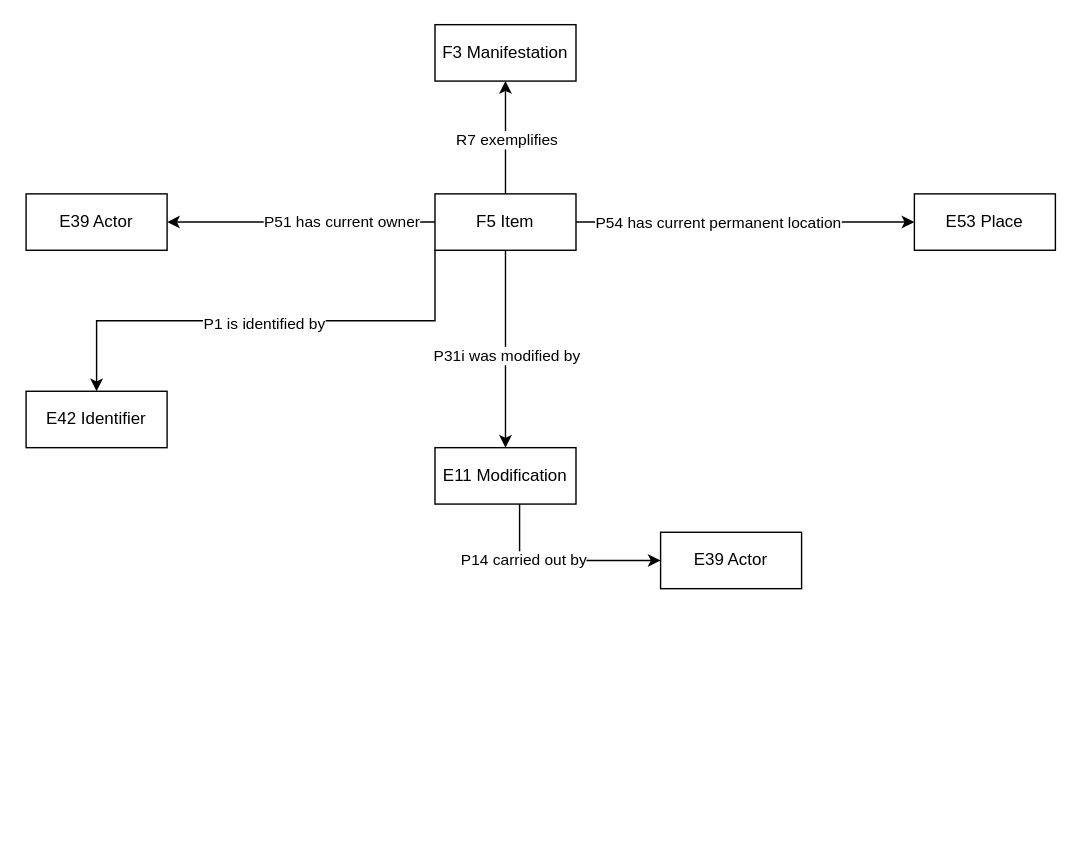
flxfschr/library-provenance-research keeps this draw.io diagram as domain ontology library provenance.drawio. Above is the earlier version. Source tidied: cells renumbered, new cells numbered last; positions are measured from the earlier drawing's top-left corner, leaving out a move shared by most shapes. Both pictures are drawn from the tidied source at 141%, with x=0, y=0 at pixel (25, 24).
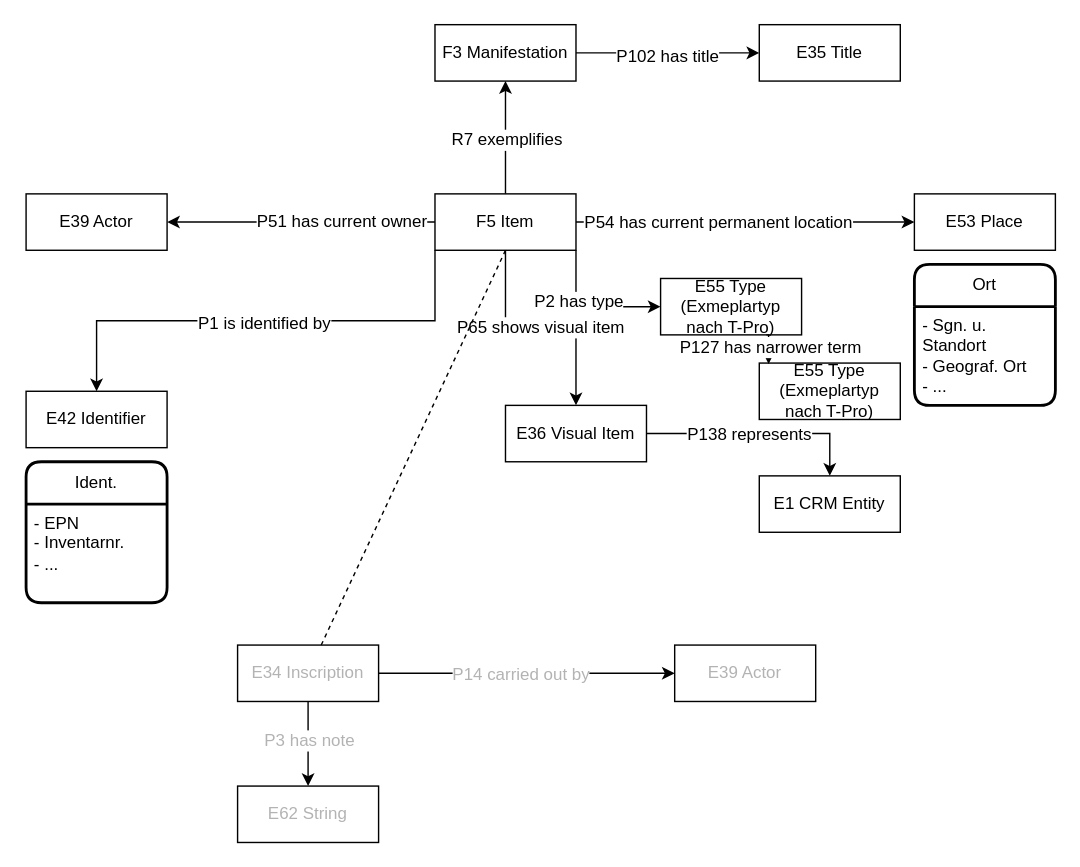
The same diagram, later.

Change to the diagram source:
```diff
@@
-    <mxCell id="2" style="edgeStyle=orthogonalEdgeStyle;rounded=0;jettySize=auto;html=1;" parent="1" edge="1" source="12" target="13">
+    <mxCell id="2" style="edgeStyle=orthogonalEdgeStyle;rounded=0;jettySize=auto;html=1;fontSize=12;arcSize=12;" parent="1" edge="1" source="12" target="13">
       <mxGeometry relative="1" as="geometry" />
     </mxCell>
-    <mxCell id="3" value="R7 exemplifies" style="edgeLabel;html=1;align=center;verticalAlign=middle;" parent="2" vertex="1">
+    <mxCell id="3" value="R7 exemplifies" style="edgeLabel;html=1;align=center;verticalAlign=middle;fontSize=12;arcSize=12;" parent="2" vertex="1">
       <mxGeometry x="-0.02" relative="1" as="geometry" />
     </mxCell>
-    <mxCell id="4" style="edgeStyle=orthogonalEdgeStyle;rounded=0;jettySize=auto;html=1;entryX=0;entryY=0.5;entryDx=0;entryDy=0;" parent="1" edge="1" source="12" target="14">
+    <mxCell id="4" style="edgeStyle=orthogonalEdgeStyle;rounded=0;jettySize=auto;html=1;entryX=0;entryY=0.5;entryDx=0;entryDy=0;fontSize=12;arcSize=12;" parent="1" edge="1" source="12" target="14">
       <mxGeometry relative="1" as="geometry">
         <Array as="points">
           <mxPoint x="620" y="140" />
         </Array>
       </mxGeometry>
     </mxCell>
-    <mxCell id="5" value="P54 has current permanent location" style="edgeLabel;html=1;align=center;verticalAlign=middle;" parent="4" vertex="1">
+    <mxCell id="5" value="P54 has current permanent location" style="edgeLabel;html=1;align=center;verticalAlign=middle;fontSize=12;arcSize=12;" parent="4" vertex="1">
       <mxGeometry x="-0.17" relative="1" as="geometry" />
     </mxCell>
-    <mxCell id="6" style="edgeStyle=orthogonalEdgeStyle;rounded=0;jettySize=auto;html=1;entryX=1;entryY=0.5;entryDx=0;entryDy=0;" parent="1" edge="1" source="12" target="15">
+    <mxCell id="6" style="edgeStyle=orthogonalEdgeStyle;rounded=0;jettySize=auto;html=1;entryX=1;entryY=0.5;entryDx=0;entryDy=0;fontSize=12;arcSize=12;" parent="1" edge="1" source="12" target="15">
       <mxGeometry relative="1" as="geometry" />
     </mxCell>
-    <mxCell id="7" value="P51 has current owner" style="edgeLabel;html=1;align=center;verticalAlign=middle;" parent="6" vertex="1">
+    <mxCell id="7" value="P51 has current owner" style="edgeLabel;html=1;align=center;verticalAlign=middle;fontSize=12;arcSize=12;" parent="6" vertex="1">
       <mxGeometry x="-0.3" y="-1" relative="1" as="geometry" />
     </mxCell>
-    <mxCell id="8" style="edgeStyle=orthogonalEdgeStyle;rounded=0;jettySize=auto;html=1;entryX=0.5;entryY=0;entryDx=0;entryDy=0;" parent="1" edge="1" source="12" target="18">
-      <mxGeometry relative="1" as="geometry" />
-    </mxCell>
-    <mxCell id="9" value="P31i was modified by" style="edgeLabel;html=1;align=center;verticalAlign=middle;" parent="8" vertex="1">
-      <mxGeometry x="0.06" relative="1" as="geometry" />
-    </mxCell>
-    <mxCell id="10" style="edgeStyle=orthogonalEdgeStyle;rounded=0;jettySize=auto;html=1;exitX=0;exitY=1;exitDx=0;exitDy=0;entryX=0.5;entryY=0;entryDx=0;entryDy=0;" parent="1" edge="1" source="12" target="20">
+    <mxCell id="10" style="edgeStyle=orthogonalEdgeStyle;rounded=0;jettySize=auto;html=1;exitX=0;exitY=1;exitDx=0;exitDy=0;entryX=0.5;entryY=0;entryDx=0;entryDy=0;fontSize=12;arcSize=12;" parent="1" edge="1" source="12" target="20">
       <mxGeometry relative="1" as="geometry" />
     </mxCell>
-    <mxCell id="11" value="P1 is identified by" style="edgeLabel;html=1;align=center;verticalAlign=middle;" parent="10" vertex="1">
+    <mxCell id="11" value="P1 is identified by" style="edgeLabel;html=1;align=center;verticalAlign=middle;fontSize=12;arcSize=12;" parent="10" vertex="1">
       <mxGeometry x="0.01" y="1" relative="1" as="geometry" />
     </mxCell>
+    <mxCell id="21" style="edgeStyle=orthogonalEdgeStyle;rounded=0;jettySize=auto;html=1;fontSize=12;arcSize=12;" parent="1" edge="1" source="12" target="38">
+      <mxGeometry relative="1" as="geometry" />
+    </mxCell>
+    <mxCell id="22" value="P65 shows visual item" style="edgeLabel;html=1;align=center;verticalAlign=middle;fontSize=12;arcSize=12;" parent="21" vertex="1">
+      <mxGeometry x="-0.01" y="1" relative="1" as="geometry" />
+    </mxCell>
+    <mxCell id="23" style="edgeStyle=orthogonalEdgeStyle;rounded=0;jettySize=auto;html=1;exitX=1;exitY=1;exitDx=0;exitDy=0;entryX=0;entryY=0.5;entryDx=0;entryDy=0;fontSize=12;arcSize=12;" parent="1" edge="1" source="12" target="40">
+      <mxGeometry relative="1" as="geometry" />
+    </mxCell>
+    <mxCell id="24" value="P2 has type" style="edgeLabel;html=1;align=center;verticalAlign=middle;fontSize=12;arcSize=12;" parent="23" vertex="1">
+      <mxGeometry x="-0.28" y="1" relative="1" as="geometry" />
+    </mxCell>
-    <mxCell id="12" value="F5 Item" style="whiteSpace=wrap;html=1;align=center;" parent="1" vertex="1">
+    <mxCell id="12" value="F5 Item" style="whiteSpace=wrap;html=1;align=center;fontSize=12;arcSize=12;" parent="1" vertex="1">
       <mxGeometry x="290" y="120" width="100" height="40" as="geometry" />
     </mxCell>
+    <mxCell id="25" style="edgeStyle=orthogonalEdgeStyle;rounded=0;jettySize=auto;html=1;exitX=1;exitY=0.5;exitDx=0;exitDy=0;entryX=0;entryY=0.5;entryDx=0;entryDy=0;fontSize=12;arcSize=12;" parent="1" edge="1" source="13" target="29">
+      <mxGeometry relative="1" as="geometry" />
+    </mxCell>
+    <mxCell id="26" value="P102 has title" style="edgeLabel;html=1;align=center;verticalAlign=middle;fontSize=12;arcSize=12;" parent="25" vertex="1">
+      <mxGeometry x="-0.01" y="-2" relative="1" as="geometry" />
+    </mxCell>
-    <mxCell id="13" value="F3 Manifestation" style="whiteSpace=wrap;html=1;align=center;" parent="1" vertex="1">
+    <mxCell id="13" value="F3 Manifestation" style="whiteSpace=wrap;html=1;align=center;fontSize=12;arcSize=12;" parent="1" vertex="1">
       <mxGeometry x="290" width="100" height="40" as="geometry" />
     </mxCell>
-    <mxCell id="14" value="E53 Place" style="whiteSpace=wrap;html=1;align=center;" parent="1" vertex="1">
+    <mxCell id="14" value="E53 Place" style="whiteSpace=wrap;html=1;align=center;fontSize=12;arcSize=12;" parent="1" vertex="1">
       <mxGeometry x="630" y="120" width="100" height="40" as="geometry" />
     </mxCell>
-    <mxCell id="15" value="E39 Actor" style="whiteSpace=wrap;html=1;align=center;" parent="1" vertex="1">
+    <mxCell id="15" value="E39 Actor" style="whiteSpace=wrap;html=1;align=center;fontSize=12;arcSize=12;" parent="1" vertex="1">
       <mxGeometry y="120" width="100" height="40" as="geometry" />
     </mxCell>
-    <mxCell id="16" style="edgeStyle=orthogonalEdgeStyle;rounded=0;jettySize=auto;html=1;entryX=0;entryY=0.5;entryDx=0;entryDy=0;" parent="1" edge="1" source="18" target="19">
+    <mxCell id="16" style="edgeStyle=orthogonalEdgeStyle;rounded=0;jettySize=auto;html=1;entryX=0;entryY=0.5;entryDx=0;entryDy=0;fontColor=#B3B3B3;fontSize=12;arcSize=12;" parent="1" edge="1" source="18" target="19">
       <mxGeometry relative="1" as="geometry">
         <Array as="points">
-          <mxPoint x="350" y="380" />
+          <mxPoint x="360" y="460" />
+          <mxPoint x="360" y="460" />
         </Array>
       </mxGeometry>
     </mxCell>
-    <mxCell id="17" value="P14 carried out by" style="edgeLabel;html=1;align=center;verticalAlign=middle;" parent="16" vertex="1">
-      <mxGeometry x="-0.4" y="1" relative="1" as="geometry" />
+    <mxCell id="17" value="P14 carried out by" style="edgeLabel;html=1;align=center;verticalAlign=middle;fontColor=#B3B3B3;fontSize=12;arcSize=12;" parent="16" vertex="1">
+      <mxGeometry x="-0.4" y="1" relative="1" as="geometry">
+        <mxPoint x="37" y="1" as="offset" />
+      </mxGeometry>
     </mxCell>
+    <mxCell id="27" style="edgeStyle=orthogonalEdgeStyle;rounded=0;jettySize=auto;html=1;fontColor=#B3B3B3;fontSize=12;arcSize=12;" parent="1" edge="1" source="18" target="34">
+      <mxGeometry relative="1" as="geometry" />
+    </mxCell>
+    <mxCell id="28" value="P3 has note" style="edgeLabel;html=1;align=center;verticalAlign=middle;fontColor=#B3B3B3;fontSize=12;arcSize=12;" parent="27" vertex="1">
+      <mxGeometry x="-0.1" relative="1" as="geometry" />
+    </mxCell>
-    <mxCell id="18" value="E11 Modification" style="whiteSpace=wrap;html=1;align=center;" parent="1" vertex="1">
-      <mxGeometry x="290" y="300" width="100" height="40" as="geometry" />
+    <mxCell id="18" value="E34 Inscription" style="whiteSpace=wrap;html=1;align=center;fontColor=#B3B3B3;fontSize=12;arcSize=12;" parent="1" vertex="1">
+      <mxGeometry x="150" y="440" width="100" height="40" as="geometry" />
     </mxCell>
-    <mxCell id="19" value="E39 Actor" style="whiteSpace=wrap;html=1;align=center;" parent="1" vertex="1">
-      <mxGeometry x="450" y="360" width="100" height="40" as="geometry" />
+    <mxCell id="19" value="E39 Actor" style="whiteSpace=wrap;html=1;align=center;fontColor=#B3B3B3;fontSize=12;arcSize=12;" parent="1" vertex="1">
+      <mxGeometry x="460" y="440" width="100" height="40" as="geometry" />
     </mxCell>
-    <mxCell id="20" value="E42 Identifier" style="whiteSpace=wrap;html=1;align=center;" parent="1" vertex="1">
+    <mxCell id="20" value="E42 Identifier" style="whiteSpace=wrap;html=1;align=center;fontSize=12;arcSize=12;" parent="1" vertex="1">
       <mxGeometry y="260" width="100" height="40" as="geometry" />
     </mxCell>
+    <mxCell id="29" value="E35 Title" style="whiteSpace=wrap;html=1;align=center;fontSize=12;arcSize=12;" parent="1" vertex="1">
+      <mxGeometry x="520" width="100" height="40" as="geometry" />
+    </mxCell>
+    <mxCell id="30" value="Ident." style="swimlane;horizontal=1;startSize=30;rounded=1;fontSize=12;fontStyle=0;strokeWidth=2;shadow=0;dashed=0;align=center;arcSize=12;whiteSpace=wrap;html=1;" parent="1" vertex="1">
+      <mxGeometry y="310" width="100" height="100" as="geometry" />
+    </mxCell>
+    <mxCell id="31" value="- EPN&lt;br&gt;- Inventarnr.&lt;br&gt;- ..." style="align=left;strokeColor=none;fillColor=none;spacingLeft=4;spacingRight=4;fontSize=12;verticalAlign=top;html=1;whiteSpace=wrap;arcSize=12;" parent="30" vertex="1">
+      <mxGeometry y="30" width="100" height="70" as="geometry" />
+    </mxCell>
+    <mxCell id="32" value="Ort" style="swimlane;horizontal=1;startSize=30;rounded=1;fontSize=12;fontStyle=0;strokeWidth=2;shadow=0;dashed=0;align=center;arcSize=12;whiteSpace=wrap;html=1;" parent="1" vertex="1">
+      <mxGeometry x="630" y="170" width="100" height="100" as="geometry" />
+    </mxCell>
+    <mxCell id="33" value="- Sgn. u. Standort&lt;br&gt;- Geograf. Ort&lt;br&gt;- ..." style="align=left;strokeColor=none;fillColor=none;spacingLeft=4;spacingRight=4;fontSize=12;verticalAlign=top;html=1;whiteSpace=wrap;arcSize=12;" parent="32" vertex="1">
+      <mxGeometry y="30" width="100" height="70" as="geometry" />
+    </mxCell>
+    <mxCell id="34" value="E62 String" style="whiteSpace=wrap;html=1;align=center;fontColor=#B3B3B3;fontSize=12;arcSize=12;" parent="1" vertex="1">
+      <mxGeometry x="150" y="540" width="100" height="40" as="geometry" />
+    </mxCell>
+    <mxCell id="35" style="endArrow=none;dashed=1;html=1;rounded=0;entryX=0.5;entryY=1;entryDx=0;entryDy=0;fontSize=12;arcSize=12;" parent="1" edge="1" source="18" target="12">
+      <mxGeometry relative="1" as="geometry" />
+    </mxCell>
+    <mxCell id="36" style="edgeStyle=orthogonalEdgeStyle;rounded=0;jettySize=auto;html=1;fontSize=12;arcSize=12;" parent="1" edge="1" source="38" target="39">
+      <mxGeometry relative="1" as="geometry" />
+    </mxCell>
+    <mxCell id="37" value="P138 represents" style="edgeLabel;html=1;align=center;verticalAlign=middle;fontSize=12;arcSize=12;" parent="36" vertex="1">
+      <mxGeometry x="-0.1" relative="1" as="geometry" />
+    </mxCell>
+    <mxCell id="38" value="E36 Visual Item" style="whiteSpace=wrap;html=1;align=center;fontSize=12;arcSize=12;" parent="1" vertex="1">
+      <mxGeometry x="340" y="270" width="100" height="40" as="geometry" />
+    </mxCell>
+    <mxCell id="39" value="E1 CRM Entity" style="whiteSpace=wrap;html=1;align=center;fontSize=12;arcSize=12;" parent="1" vertex="1">
+      <mxGeometry x="520" y="320" width="100" height="40" as="geometry" />
+    </mxCell>
+    <mxCell id="40" value="E55 Type (Exmeplartyp nach T-Pro)" style="whiteSpace=wrap;html=1;align=center;fontSize=12;arcSize=12;" parent="1" vertex="1">
+      <mxGeometry x="450" y="180" width="100" height="40" as="geometry" />
+    </mxCell>
+    <mxCell id="41" value="E55 Type (Exmeplartyp nach T-Pro)" style="whiteSpace=wrap;html=1;align=center;fontSize=12;arcSize=12;" parent="1" vertex="1">
+      <mxGeometry x="520" y="240" width="100" height="40" as="geometry" />
+    </mxCell>
+    <mxCell id="42" style="edgeStyle=orthogonalEdgeStyle;rounded=0;jettySize=auto;html=1;exitX=0.75;exitY=1;exitDx=0;exitDy=0;entryX=0.066;entryY=0.016;entryDx=0;entryDy=0;entryPerimeter=0;fontSize=12;arcSize=12;" parent="1" edge="1" source="40" target="41">
+      <mxGeometry relative="1" as="geometry" />
+    </mxCell>
+    <mxCell id="43" value="P127 has narrower term" style="edgeLabel;html=1;align=center;verticalAlign=middle;fontSize=12;arcSize=12;" parent="42" vertex="1">
+      <mxGeometry x="-0.13" y="1" relative="1" as="geometry" />
+    </mxCell>
```
